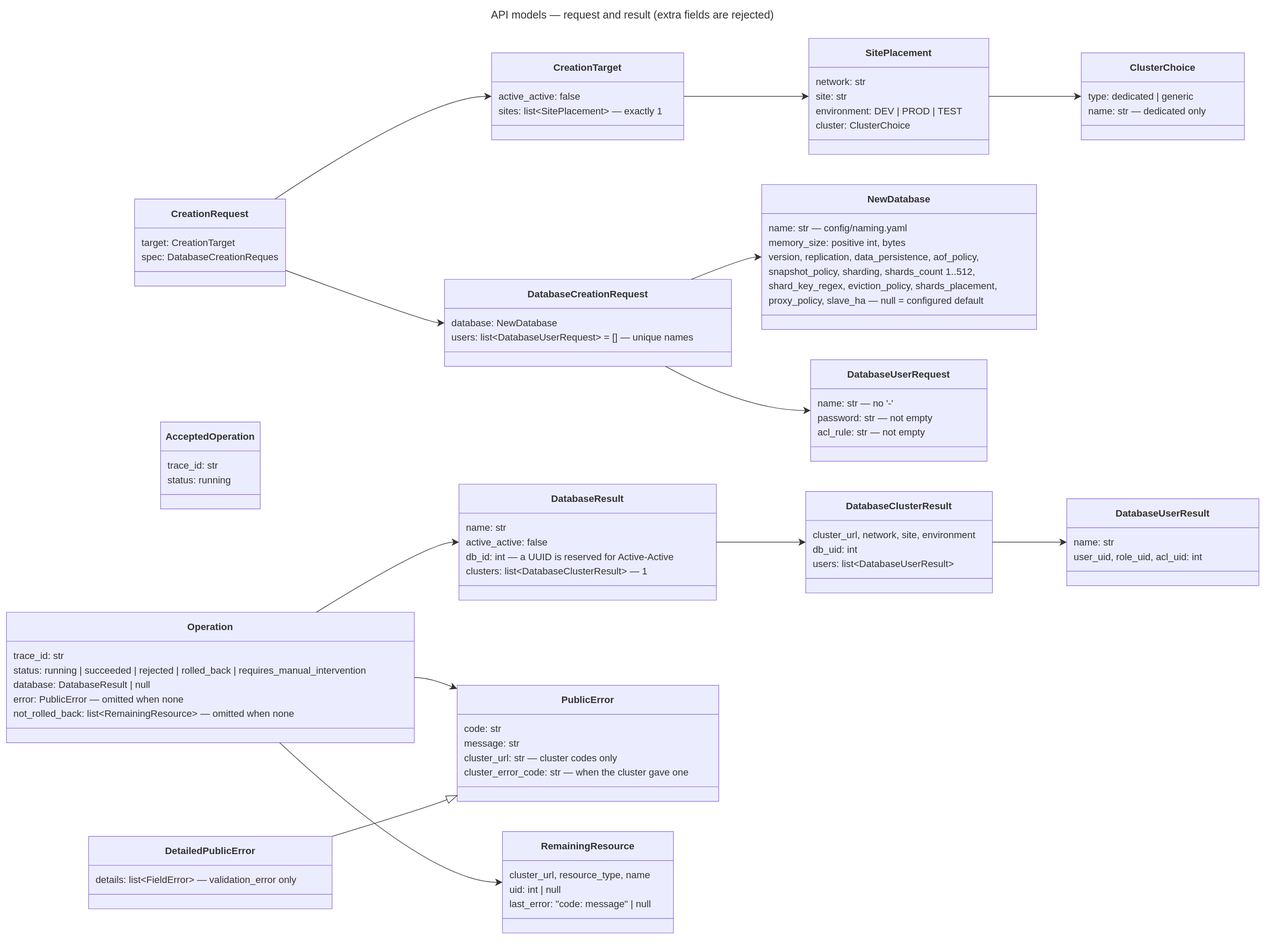
Before: docs/diagrams/19-api-models-create.drawio.svg, a diagram exported from draw.io (EliShteinman/redis-enterprise-services). Source tidied: cells renumbered, new cells last; positions are measured from the earlier drawing's top-left corner, leaving out a move shared by most shapes.
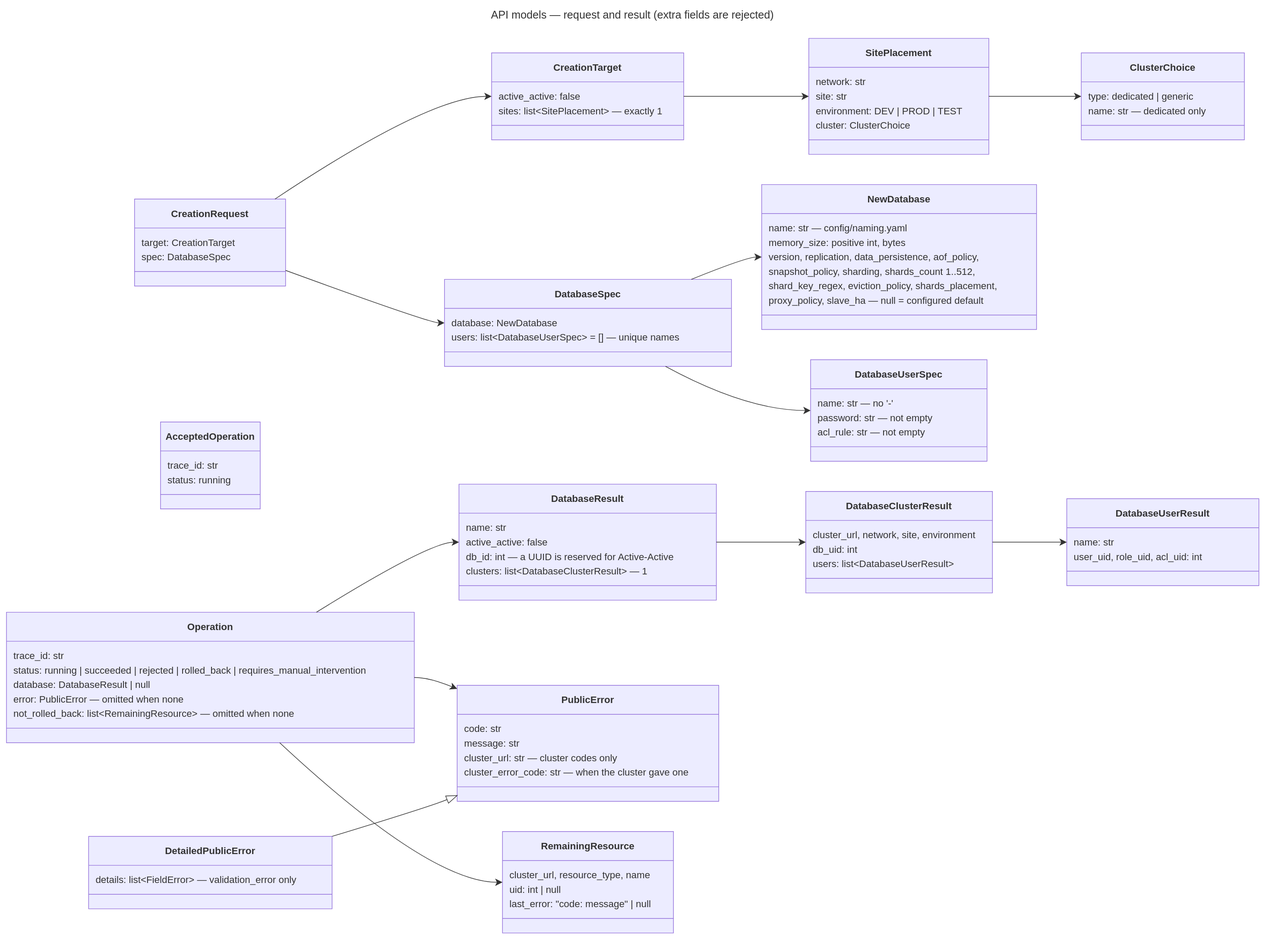
After the commit.

The edit, as a diff of the source:
```diff
@@ -8,7 +8,7 @@
     <mxCell id="3" value="target: CreationTarget" style="text;fontSize=16;strokeColor=none;fillColor=none;align=left;verticalAlign=middle;spacingLeft=10;spacingRight=12;spacingBottom=2;overflow=hidden;fontFamily=Trebuchet MS,Verdana,Arial,sans-serif;fontColor=light-dark(#333333,#cccccc);" parent="2" vertex="1">
       <mxGeometry y="60" width="250" height="24" as="geometry" />
     </mxCell>
-    <mxCell id="4" value="spec: DatabaseCreationRequest" style="text;fontSize=16;strokeColor=none;fillColor=none;align=left;verticalAlign=middle;spacingLeft=10;spacingRight=12;spacingBottom=2;overflow=hidden;fontFamily=Trebuchet MS,Verdana,Arial,sans-serif;fontColor=light-dark(#333333,#cccccc);" parent="2" vertex="1">
+    <mxCell id="4" value="spec: DatabaseSpec" style="text;fontSize=16;strokeColor=none;fillColor=none;align=left;verticalAlign=middle;spacingLeft=10;spacingRight=12;spacingBottom=2;overflow=hidden;fontFamily=Trebuchet MS,Verdana,Arial,sans-serif;fontColor=light-dark(#333333,#cccccc);" parent="2" vertex="1">
       <mxGeometry y="84" width="250" height="24" as="geometry" />
     </mxCell>
     <mxCell id="5" style="line;strokeWidth=1;fillColor=none;spacingLeft=3;spacingRight=3;strokeColor=inherit;" parent="2" vertex="1">
@@ -56,13 +56,13 @@
     <mxCell id="19" style="line;strokeWidth=1;fillColor=none;spacingLeft=3;spacingRight=3;strokeColor=inherit;" parent="16" vertex="1">
       <mxGeometry y="108" width="270" height="24" as="geometry" />
     </mxCell>
-    <mxCell id="20" value="&lt;b&gt;DatabaseCreationRequest&lt;/b&gt;" style="swimlane;html=1;fontStyle=1;fontSize=16;align=center;verticalAlign=middle;horizontal=1;startSize=48;swimlaneFillColor=light-dark(#ECECFF,#1f2020);whiteSpace=wrap;fillColor=light-dark(#ECECFF,#1f2020);strokeColor=light-dark(#9370DB,#cccccc);fontColor=light-dark(#333333,#cccccc);fontFamily=Trebuchet MS,Verdana,Arial,sans-serif;" parent="1" vertex="1">
+    <mxCell id="20" value="&lt;b&gt;DatabaseSpec&lt;/b&gt;" style="swimlane;html=1;fontStyle=1;fontSize=16;align=center;verticalAlign=middle;horizontal=1;startSize=48;swimlaneFillColor=light-dark(#ECECFF,#1f2020);whiteSpace=wrap;fillColor=light-dark(#ECECFF,#1f2020);strokeColor=light-dark(#9370DB,#cccccc);fontColor=light-dark(#333333,#cccccc);fontFamily=Trebuchet MS,Verdana,Arial,sans-serif;" parent="1" vertex="1">
       <mxGeometry x="725" y="452" width="475" height="144" as="geometry" />
     </mxCell>
     <mxCell id="21" value="database: NewDatabase" style="text;fontSize=16;strokeColor=none;fillColor=none;align=left;verticalAlign=middle;spacingLeft=10;spacingRight=12;spacingBottom=2;overflow=hidden;fontFamily=Trebuchet MS,Verdana,Arial,sans-serif;fontColor=light-dark(#333333,#cccccc);" parent="20" vertex="1">
       <mxGeometry y="60" width="475" height="24" as="geometry" />
     </mxCell>
-    <mxCell id="22" value="users: list&lt;DatabaseUserRequest&gt; = [] — unique names" style="text;fontSize=16;strokeColor=none;fillColor=none;align=left;verticalAlign=middle;spacingLeft=10;spacingRight=12;spacingBottom=2;overflow=hidden;fontFamily=Trebuchet MS,Verdana,Arial,sans-serif;fontColor=light-dark(#333333,#cccccc);" parent="20" vertex="1">
+    <mxCell id="22" value="users: list&lt;DatabaseUserSpec&gt; = [] — unique names" style="text;fontSize=16;strokeColor=none;fillColor=none;align=left;verticalAlign=middle;spacingLeft=10;spacingRight=12;spacingBottom=2;overflow=hidden;fontFamily=Trebuchet MS,Verdana,Arial,sans-serif;fontColor=light-dark(#333333,#cccccc);" parent="20" vertex="1">
       <mxGeometry y="84" width="475" height="24" as="geometry" />
     </mxCell>
     <mxCell id="23" style="line;strokeWidth=1;fillColor=none;spacingLeft=3;spacingRight=3;strokeColor=inherit;" parent="20" vertex="1">
@@ -92,7 +92,7 @@
     <mxCell id="31" style="line;strokeWidth=1;fillColor=none;spacingLeft=3;spacingRight=3;strokeColor=inherit;" parent="24" vertex="1">
       <mxGeometry y="204" width="455" height="24" as="geometry" />
     </mxCell>
-    <mxCell id="32" value="&lt;b&gt;DatabaseUserRequest&lt;/b&gt;" style="swimlane;html=1;fontStyle=1;fontSize=16;align=center;verticalAlign=middle;horizontal=1;startSize=48;swimlaneFillColor=light-dark(#ECECFF,#1f2020);whiteSpace=wrap;fillColor=light-dark(#ECECFF,#1f2020);strokeColor=light-dark(#9370DB,#cccccc);fontColor=light-dark(#333333,#cccccc);fontFamily=Trebuchet MS,Verdana,Arial,sans-serif;" parent="1" vertex="1">
+    <mxCell id="32" value="&lt;b&gt;DatabaseUserSpec&lt;/b&gt;" style="swimlane;html=1;fontStyle=1;fontSize=16;align=center;verticalAlign=middle;horizontal=1;startSize=48;swimlaneFillColor=light-dark(#ECECFF,#1f2020);whiteSpace=wrap;fillColor=light-dark(#ECECFF,#1f2020);strokeColor=light-dark(#9370DB,#cccccc);fontColor=light-dark(#333333,#cccccc);fontFamily=Trebuchet MS,Verdana,Arial,sans-serif;" parent="1" vertex="1">
       <mxGeometry x="1331" y="585" width="292" height="168" as="geometry" />
     </mxCell>
     <mxCell id="33" value="name: str — no '-'" style="text;fontSize=16;strokeColor=none;fillColor=none;align=left;verticalAlign=middle;spacingLeft=10;spacingRight=12;spacingBottom=2;overflow=hidden;fontFamily=Trebuchet MS,Verdana,Arial,sans-serif;fontColor=light-dark(#333333,#cccccc);" parent="32" vertex="1">
```
